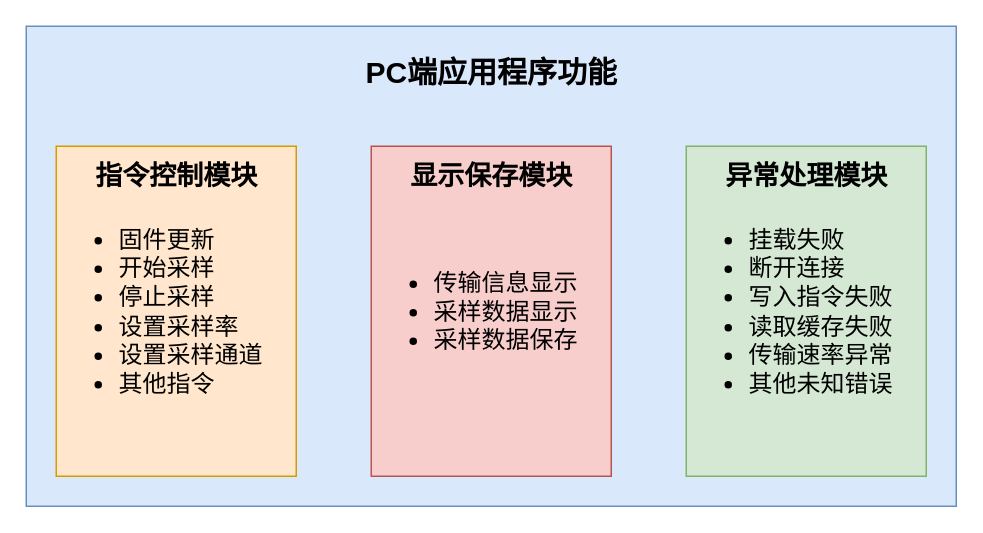
Earlier version of the draw.io diagram page "PC端程序功能" (3 of 4) of Untitled Diagram.drawio (fuxinsen/test). Source tidied: cells renumbered, new cells numbered last; positions are measured from the earlier drawing's top-left corner, leaving out a move shared by most shapes. Both pictures are drawn from the tidied source at 150%, with x=0, y=0 at pixel (26, 26).
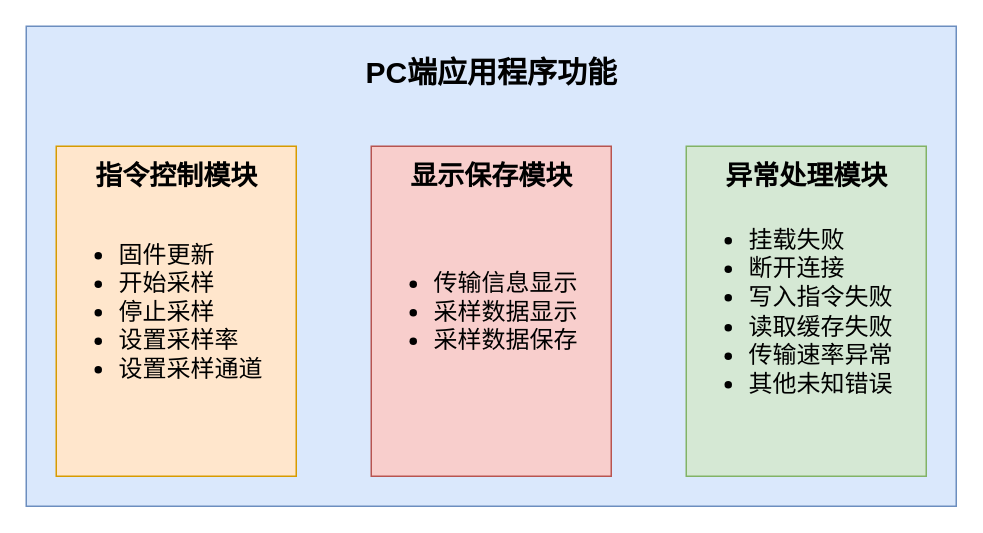
After the change.

Change to the diagram source:
```diff
@@
 <mxGraphModel>
   <root>
     <mxCell id="0" />
     <mxCell id="1" parent="0" />
     <mxCell id="2" style="rounded=0;whiteSpace=wrap;html=1;glass=0;sketch=0;fontSize=12;fillColor=#dae8fc;strokeColor=#6c8ebf;" parent="1" vertex="1">
       <mxGeometry width="620" height="320" as="geometry" />
     </mxCell>
     <mxCell id="3" value="&lt;font style=&quot;font-size: 20px&quot;&gt;&lt;b&gt;PC端应用程序功能&lt;/b&gt;&lt;/font&gt;" style="text;html=1;align=center;verticalAlign=middle;fontSize=20;" parent="1" vertex="1">
       <mxGeometry x="220" y="15" width="180" height="30" as="geometry" />
     </mxCell>
-    <mxCell id="4" value="&lt;div style=&quot;font-size: 16px&quot;&gt;&lt;ul&gt;&lt;li&gt;&lt;font style=&quot;font-size: 16px&quot;&gt;固件更新&lt;/font&gt;&lt;/li&gt;&lt;li&gt;&lt;span&gt;&lt;font style=&quot;font-size: 16px&quot;&gt;开始采样&lt;/font&gt;&lt;/span&gt;&lt;/li&gt;&lt;li&gt;&lt;span&gt;&lt;font style=&quot;font-size: 16px&quot;&gt;停止采样&lt;/font&gt;&lt;/span&gt;&lt;/li&gt;&lt;li&gt;&lt;font style=&quot;font-size: 16px&quot;&gt;设置采样率&lt;/font&gt;&lt;/li&gt;&lt;li&gt;&lt;font style=&quot;font-size: 16px&quot;&gt;设置采样通道&lt;/font&gt;&lt;/li&gt;&lt;li&gt;其他指令&lt;/li&gt;&lt;/ul&gt;&lt;/div&gt;" style="rounded=0;whiteSpace=wrap;html=1;glass=0;sketch=0;strokeColor=#d79b00;fillColor=#ffe6cc;fontSize=12;align=left;" parent="1" vertex="1">
+    <mxCell id="4" value="&lt;div style=&quot;font-size: 16px&quot;&gt;&lt;ul&gt;&lt;li&gt;&lt;font style=&quot;font-size: 16px&quot;&gt;固件更新&lt;/font&gt;&lt;/li&gt;&lt;li&gt;&lt;span&gt;&lt;font style=&quot;font-size: 16px&quot;&gt;开始采样&lt;/font&gt;&lt;/span&gt;&lt;/li&gt;&lt;li&gt;&lt;span&gt;&lt;font style=&quot;font-size: 16px&quot;&gt;停止采样&lt;/font&gt;&lt;/span&gt;&lt;/li&gt;&lt;li&gt;&lt;font style=&quot;font-size: 16px&quot;&gt;设置采样率&lt;/font&gt;&lt;/li&gt;&lt;li&gt;&lt;font style=&quot;font-size: 16px&quot;&gt;设置采样通道&lt;/font&gt;&lt;/li&gt;&lt;/ul&gt;&lt;/div&gt;" style="rounded=0;whiteSpace=wrap;html=1;glass=0;sketch=0;strokeColor=#d79b00;fillColor=#ffe6cc;fontSize=12;align=left;" parent="1" vertex="1">
       <mxGeometry x="20" y="80" width="160" height="220" as="geometry" />
     </mxCell>
     <mxCell id="5" value="&lt;ul style=&quot;font-size: 16px&quot;&gt;&lt;li&gt;传输信息显示&lt;/li&gt;&lt;li&gt;采样数据显示&lt;/li&gt;&lt;li&gt;采样数据保存&lt;/li&gt;&lt;/ul&gt;" style="rounded=0;whiteSpace=wrap;html=1;glass=0;sketch=0;strokeColor=#b85450;fillColor=#f8cecc;fontSize=12;align=left;" parent="1" vertex="1">
       <mxGeometry x="230" y="80" width="160" height="220" as="geometry" />
     </mxCell>
     <mxCell id="6" value="&lt;div style=&quot;font-size: 16px&quot;&gt;&lt;ul&gt;&lt;li&gt;挂载失败&lt;/li&gt;&lt;li&gt;断开连接&lt;/li&gt;&lt;li&gt;写入指令失败&lt;/li&gt;&lt;li&gt;读取缓存失败&lt;/li&gt;&lt;li&gt;&lt;span&gt;传输速率异常&lt;/span&gt;&lt;/li&gt;&lt;li&gt;其他未知错误&lt;/li&gt;&lt;/ul&gt;&lt;/div&gt;" style="rounded=0;whiteSpace=wrap;html=1;glass=0;sketch=0;strokeColor=#82b366;fillColor=#d5e8d4;fontSize=12;align=left;" parent="1" vertex="1">
       <mxGeometry x="440" y="80" width="160" height="220" as="geometry" />
     </mxCell>
     <mxCell id="7" value="&lt;b&gt;显示保存模块&lt;/b&gt;" style="text;html=1;align=center;verticalAlign=middle;fontSize=18;" parent="1" vertex="1">
       <mxGeometry x="250" y="85" width="120" height="30" as="geometry" />
     </mxCell>
     <mxCell id="8" value="&lt;b&gt;异常处理模块&lt;/b&gt;" style="text;html=1;align=center;verticalAlign=middle;fontSize=18;" parent="1" vertex="1">
       <mxGeometry x="460" y="85" width="120" height="30" as="geometry" />
     </mxCell>
     <mxCell id="9" value="&lt;b&gt;指令控制模块&lt;/b&gt;" style="text;html=1;align=center;verticalAlign=middle;fontSize=18;" parent="1" vertex="1">
       <mxGeometry x="40" y="85" width="120" height="30" as="geometry" />
     </mxCell>
   </root>
 </mxGraphModel>
```
